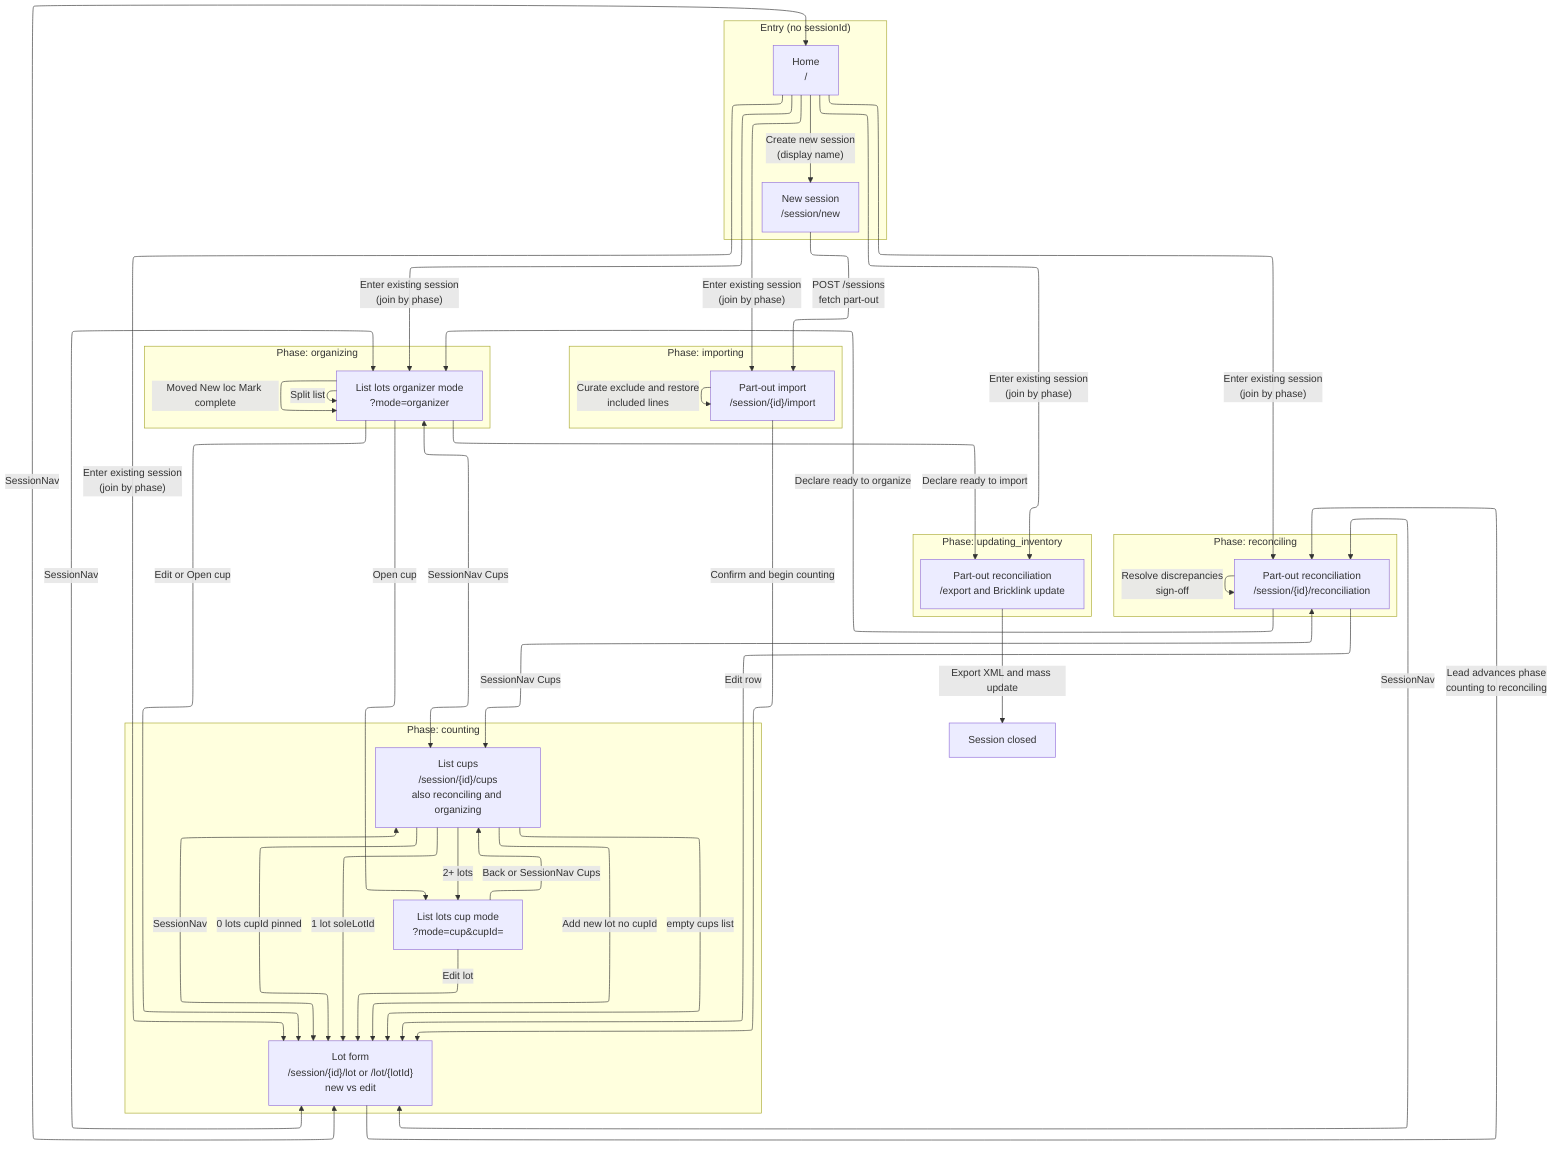
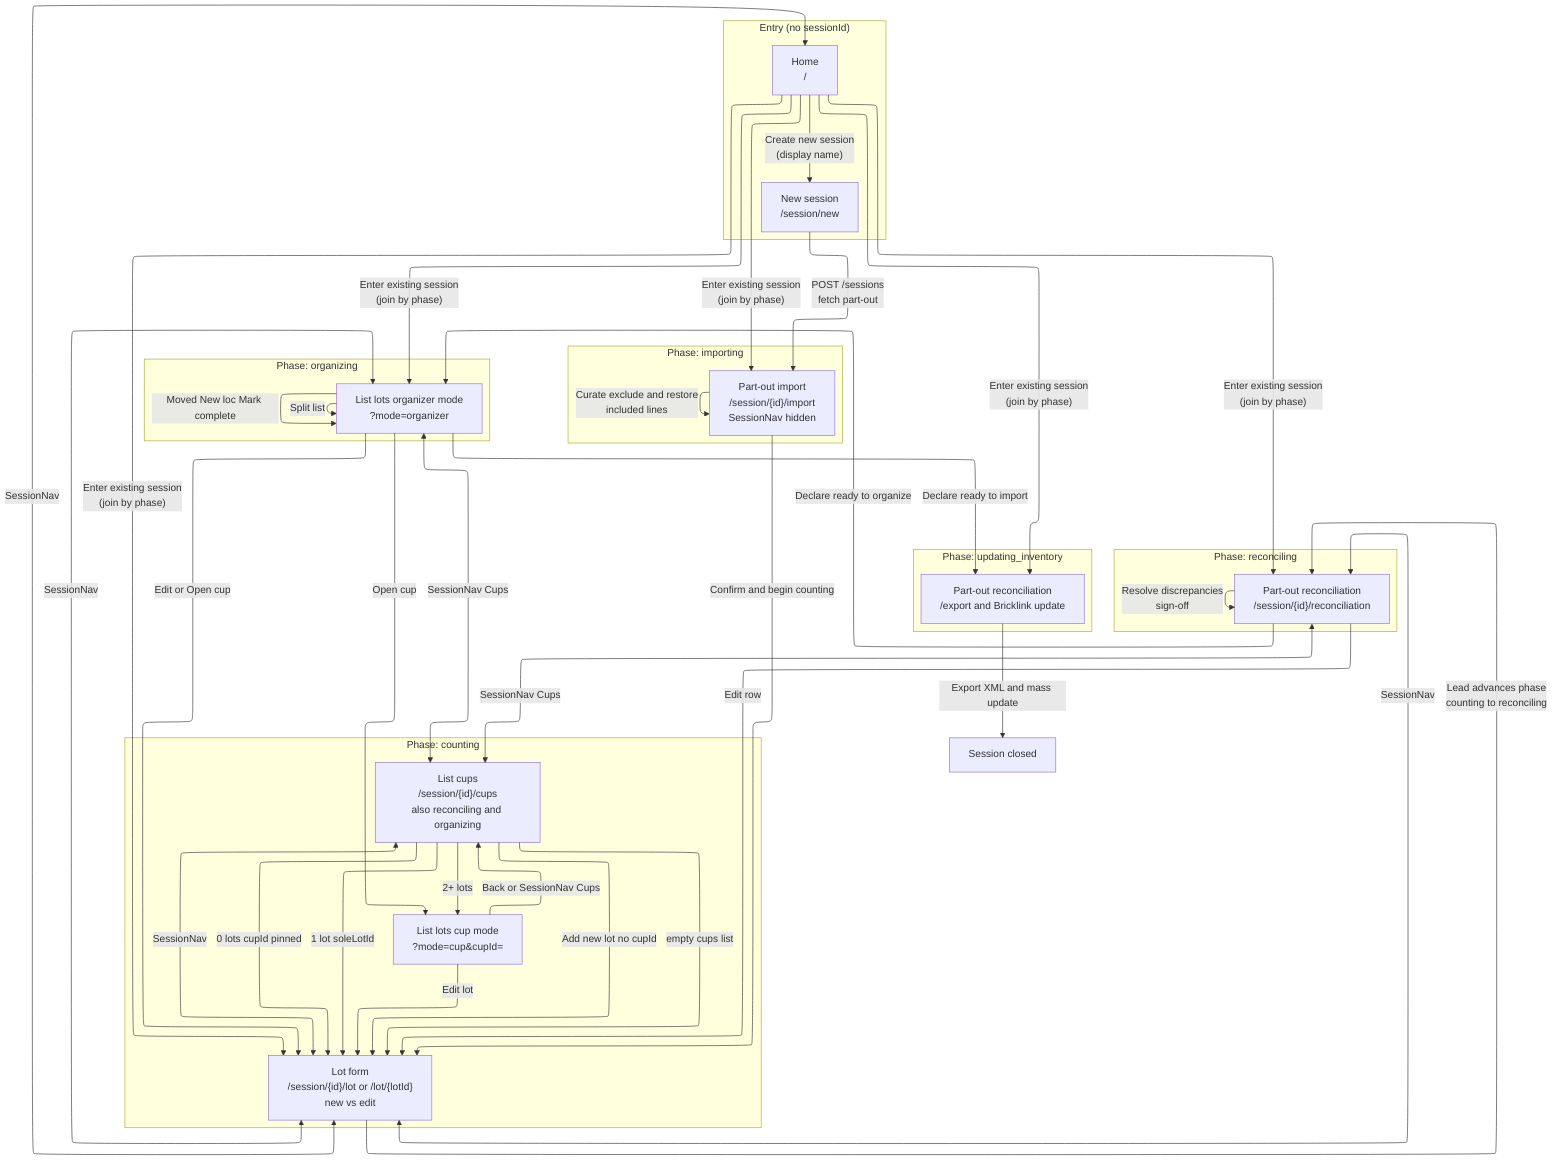
---
config:
  layout: elk
---
%% End-to-end part-out coordinator workflow (storyboard order)
%% Sources: docs/view-specs/README.md, storyboard.md, all seven view specs

flowchart TB
    subgraph entry["Entry (no sessionId)"]
        HOME["Home<br>/"]
        NEW["New session<br>/session/new"]
    end

    subgraph import_phase["Phase: importing"]
-         IMPORT["Part-out import<br>/session/{id}/import"]
+         IMPORT["Part-out import<br>/session/{id}/import<br>SessionNav hidden"]
    end

    subgraph counting_phase["Phase: counting"]
        LOT["Lot form<br>/session/{id}/lot or /lot/{lotId}<br>new vs edit"]
        CUPS["List cups<br>/session/{id}/cups<br>also reconciling and organizing"]
        LOTS_CUP["List lots cup mode<br>?mode=cup&cupId="]
    end

    subgraph reconciling_phase["Phase: reconciling"]
        RECON["Part-out reconciliation<br>/session/{id}/reconciliation"]
    end

    subgraph organizing_phase["Phase: organizing"]
        LOTS_ORG["List lots organizer mode<br>?mode=organizer"]
    end

    subgraph updating_inventory_phase["Phase: updating_inventory"]
        STORE_UPDATE["Part-out reconciliation<br>/export and Bricklink update"]
    end

    CLOSED["Session closed"]

    HOME -->|"Create new session<br>(display name)"| NEW
    HOME -->|"Enter existing session<br>(join by phase)"| IMPORT
    HOME -->|"Enter existing session<br>(join by phase)"| LOT
    HOME -->|"Enter existing session<br>(join by phase)"| RECON
    HOME -->|"Enter existing session<br>(join by phase)"| LOTS_ORG
    HOME -->|"Enter existing session<br>(join by phase)"| STORE_UPDATE

    NEW -->|"POST /sessions<br>fetch part-out"| IMPORT

    IMPORT -->|"Curate exclude and restore<br>included lines"| IMPORT
    IMPORT -->|"Confirm and begin counting"| LOT

    LOT <-->|"SessionNav"| CUPS
    LOT <-->|"SessionNav"| LOTS_ORG
    LOT <-->|"SessionNav"| RECON
    LOT <-->|"SessionNav"| HOME

    RECON <-->|"SessionNav Cups"| CUPS
    LOTS_ORG <-->|"SessionNav Cups"| CUPS

    CUPS -->|"0 lots cupId pinned"| LOT
    CUPS -->|"1 lot soleLotId"| LOT
    CUPS -->|"2+ lots"| LOTS_CUP
    CUPS -->|"Add new lot no cupId"| LOT
    CUPS -->|"empty cups list"| LOT

    LOTS_CUP -->|"Edit lot"| LOT
    LOTS_CUP -->|"Back or SessionNav Cups"| CUPS

    LOT -->|"Lead advances phase<br>counting to reconciling"| RECON
    RECON -->|"Edit row"| LOT
    RECON -->|"Resolve discrepancies<br>sign-off"| RECON
    RECON -->|"Declare ready to organize"| LOTS_ORG

    LOTS_ORG -->|"Split list"| LOTS_ORG
    LOTS_ORG -->|"Moved New loc Mark complete"| LOTS_ORG
    LOTS_ORG -->|"Edit or Open cup"| LOT
    LOTS_ORG -->|"Open cup"| LOTS_CUP
    LOTS_ORG -->|"Declare ready to import"| STORE_UPDATE

    STORE_UPDATE -->|"Export XML and mass update"| CLOSED
